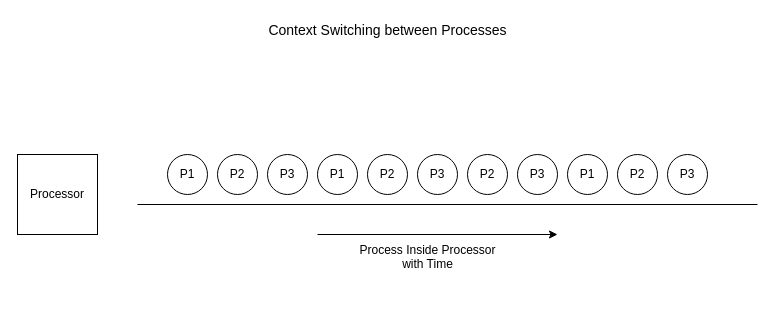
Before: 02_Functions/contextSwitch.drawio in Sri170303/Basic-JavaScript, a draw.io diagram. Source tidied: cells renumbered, new cells numbered last; positions are measured from the earlier drawing's top-left corner, leaving out a move shared by most shapes. Both pictures are drawn from the tidied source at 100%, with x=0, y=0 at pixel (17, 17).
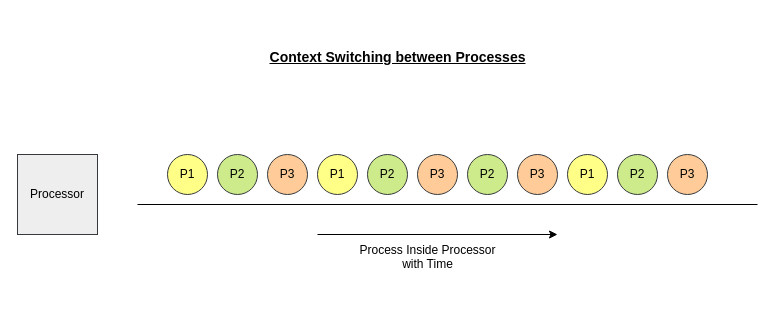
The same page after the edit.

What changed in the source:
```diff
@@
 <mxGraphModel>
   <root>
     <mxCell id="0" />
     <mxCell id="1" parent="0" />
-    <mxCell id="2" value="Processor" style="whiteSpace=wrap;html=1;" parent="1" vertex="1">
+    <mxCell id="2" value="Processor" style="whiteSpace=wrap;html=1;fillColor=#eeeeee;strokeColor=#36393d;" parent="1" vertex="1">
       <mxGeometry y="137" width="80" height="80" as="geometry" />
     </mxCell>
-    <mxCell id="3" value="P1" style="ellipse;whiteSpace=wrap;html=1;" parent="1" vertex="1">
+    <mxCell id="3" value="P1" style="ellipse;whiteSpace=wrap;html=1;fillColor=#ffff88;strokeColor=#36393d;" parent="1" vertex="1">
       <mxGeometry x="150" y="137" width="40" height="40" as="geometry" />
     </mxCell>
-    <mxCell id="4" value="P2" style="ellipse;whiteSpace=wrap;html=1;" parent="1" vertex="1">
+    <mxCell id="4" value="P2" style="ellipse;whiteSpace=wrap;html=1;fillColor=#cdeb8b;strokeColor=#36393d;" parent="1" vertex="1">
       <mxGeometry x="200" y="137" width="40" height="40" as="geometry" />
     </mxCell>
-    <mxCell id="5" value="P3" style="ellipse;whiteSpace=wrap;html=1;" parent="1" vertex="1">
+    <mxCell id="5" value="P3" style="ellipse;whiteSpace=wrap;html=1;fillColor=#ffcc99;strokeColor=#36393d;" parent="1" vertex="1">
       <mxGeometry x="250" y="137" width="40" height="40" as="geometry" />
     </mxCell>
     <mxCell id="6" style="endArrow=none;html=1;" parent="1" edge="1">
       <mxGeometry relative="1" as="geometry">
         <mxPoint x="120" y="187" as="sourcePoint" />
         <mxPoint x="740" y="187" as="targetPoint" />
       </mxGeometry>
     </mxCell>
-    <mxCell id="7" value="P1" style="ellipse;whiteSpace=wrap;html=1;" parent="1" vertex="1">
+    <mxCell id="7" value="P1" style="ellipse;whiteSpace=wrap;html=1;fillColor=#ffff88;strokeColor=#36393d;" parent="1" vertex="1">
       <mxGeometry x="300" y="137" width="40" height="40" as="geometry" />
     </mxCell>
-    <mxCell id="8" value="P2" style="ellipse;whiteSpace=wrap;html=1;" parent="1" vertex="1">
+    <mxCell id="8" value="P2" style="ellipse;whiteSpace=wrap;html=1;fillColor=#cdeb8b;strokeColor=#36393d;" parent="1" vertex="1">
       <mxGeometry x="350" y="137" width="40" height="40" as="geometry" />
     </mxCell>
-    <mxCell id="9" value="P3" style="ellipse;whiteSpace=wrap;html=1;" parent="1" vertex="1">
+    <mxCell id="9" value="P3" style="ellipse;whiteSpace=wrap;html=1;fillColor=#ffcc99;strokeColor=#36393d;" parent="1" vertex="1">
       <mxGeometry x="400" y="137" width="40" height="40" as="geometry" />
     </mxCell>
-    <mxCell id="10" value="P2" style="ellipse;whiteSpace=wrap;html=1;" parent="1" vertex="1">
+    <mxCell id="10" value="P2" style="ellipse;whiteSpace=wrap;html=1;fillColor=#cdeb8b;strokeColor=#36393d;" parent="1" vertex="1">
       <mxGeometry x="450" y="137" width="40" height="40" as="geometry" />
     </mxCell>
-    <mxCell id="11" value="P3" style="ellipse;whiteSpace=wrap;html=1;" parent="1" vertex="1">
+    <mxCell id="11" value="P3" style="ellipse;whiteSpace=wrap;html=1;fillColor=#ffcc99;strokeColor=#36393d;" parent="1" vertex="1">
       <mxGeometry x="500" y="137" width="40" height="40" as="geometry" />
     </mxCell>
-    <mxCell id="12" value="P1" style="ellipse;whiteSpace=wrap;html=1;" parent="1" vertex="1">
+    <mxCell id="12" value="P1" style="ellipse;whiteSpace=wrap;html=1;fillColor=#ffff88;strokeColor=#36393d;" parent="1" vertex="1">
       <mxGeometry x="550" y="137" width="40" height="40" as="geometry" />
     </mxCell>
-    <mxCell id="13" value="P2" style="ellipse;whiteSpace=wrap;html=1;" parent="1" vertex="1">
+    <mxCell id="13" value="P2" style="ellipse;whiteSpace=wrap;html=1;fillColor=#cdeb8b;strokeColor=#36393d;" parent="1" vertex="1">
       <mxGeometry x="600" y="137" width="40" height="40" as="geometry" />
     </mxCell>
-    <mxCell id="14" value="P3" style="ellipse;whiteSpace=wrap;html=1;" parent="1" vertex="1">
+    <mxCell id="14" value="P3" style="ellipse;whiteSpace=wrap;html=1;fillColor=#ffcc99;strokeColor=#36393d;" parent="1" vertex="1">
       <mxGeometry x="650" y="137" width="40" height="40" as="geometry" />
     </mxCell>
     <mxCell id="15" style="endArrow=classic;html=1;" parent="1" edge="1">
       <mxGeometry relative="1" as="geometry">
         <mxPoint x="300" y="217" as="sourcePoint" />
         <mxPoint x="540" y="217" as="targetPoint" />
       </mxGeometry>
     </mxCell>
     <mxCell id="16" value="Process Inside Processor&lt;div&gt;with Time&lt;/div&gt;&lt;div&gt;&lt;br&gt;&lt;/div&gt;" style="text;html=1;align=center;verticalAlign=middle;strokeColor=none;fillColor=none;" parent="1" vertex="1">
       <mxGeometry x="330" y="217" width="160" height="60" as="geometry" />
     </mxCell>
-    <mxCell id="17" value="&lt;font style=&quot;font-size: 14px;&quot;&gt;Context Switching between Processes&lt;/font&gt;&lt;div&gt;&lt;br&gt;&lt;/div&gt;" style="text;html=1;align=center;verticalAlign=middle;strokeColor=none;fillColor=none;" parent="1" vertex="1">
-      <mxGeometry x="240" width="260" height="40" as="geometry" />
+    <mxCell id="17" value="&lt;font style=&quot;font-size: 14px;&quot;&gt;Context Switching between Processes&lt;/font&gt;&lt;div&gt;&lt;br&gt;&lt;/div&gt;" style="text;html=1;align=center;verticalAlign=middle;strokeColor=none;fillColor=none;fontStyle=5;" parent="1" vertex="1">
+      <mxGeometry x="250" y="27" width="260" height="40" as="geometry" />
     </mxCell>
   </root>
 </mxGraphModel>
```
